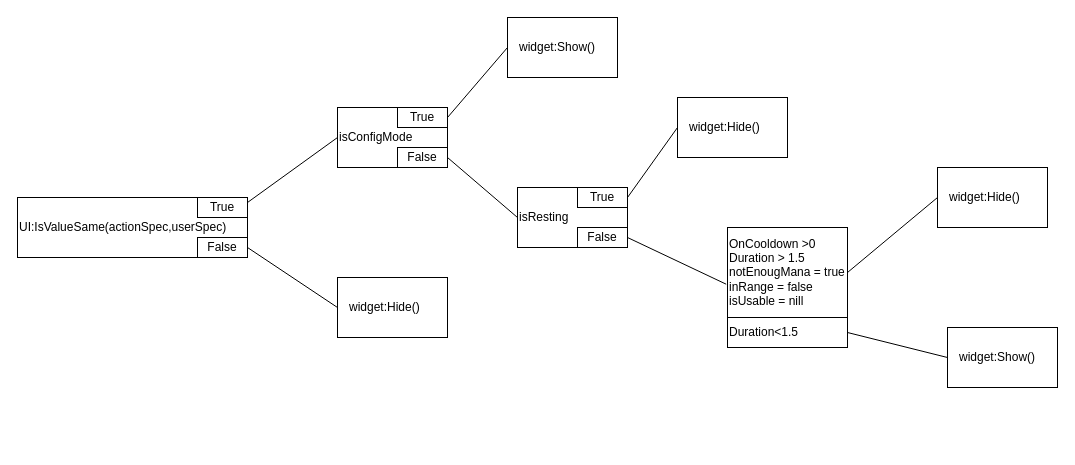
Above: Diagrams/BS_ActionsTracker_actionsDiagram.drawio in Beginnerstudios/Smartbars (draw.io), before the change. Source tidied: cells renumbered, new cells numbered last; positions are measured from the earlier drawing's top-left corner, leaving out a move shared by most shapes. Both pictures are drawn from the tidied source at 100%, with x=0, y=0 at pixel (17, 17).
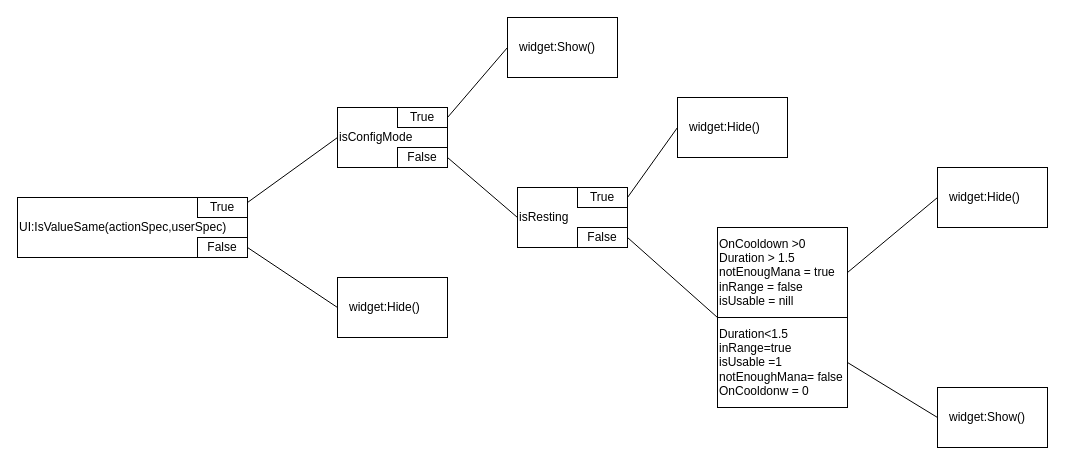
Above is the later version.

Unchanged cells that the change refers to:
```xml
<mxCell id="10" value="False" style="rounded=0;whiteSpace=wrap;html=1;" parent="1" vertex="1">
  <mxGeometry x="560" y="210" width="50" height="20" as="geometry" />
</mxCell>
```

Change to the diagram source:
```diff
@@
     <mxCell id="19" value="OnCooldown &amp;gt;0&amp;nbsp;&lt;br&gt;Duration &amp;gt; 1.5&lt;br&gt;notEnougMana = true&lt;br&gt;inRange = false&lt;br&gt;isUsable = nill" style="rounded=0;whiteSpace=wrap;html=1;align=left;" parent="1" vertex="1">
-      <mxGeometry x="710" y="210" width="120" height="90" as="geometry" />
+      <mxGeometry x="700" y="210" width="130" height="90" as="geometry" />
     </mxCell>
@@
-    <mxCell id="22" value="Duration&amp;lt;1.5" style="rounded=0;whiteSpace=wrap;html=1;align=left;" parent="1" vertex="1">
-      <mxGeometry x="710" y="300" width="120" height="30" as="geometry" />
+    <mxCell id="22" value="Duration&amp;lt;1.5&lt;br&gt;inRange=true&lt;br&gt;isUsable =1&lt;br&gt;notEnoughMana= false&lt;br&gt;OnCooldonw = 0" style="rounded=0;whiteSpace=wrap;html=1;align=left;" parent="1" vertex="1">
+      <mxGeometry x="700" y="300" width="130" height="90" as="geometry" />
     </mxCell>
     <mxCell id="23" value="&amp;nbsp; &amp;nbsp;widget:Show()" style="rounded=0;whiteSpace=wrap;html=1;align=left;" parent="1" vertex="1">
-      <mxGeometry x="930" y="310" width="110" height="60" as="geometry" />
+      <mxGeometry x="920" y="370" width="110" height="60" as="geometry" />
     </mxCell>
@@
-    <mxCell id="25" style="endArrow=none;html=1;exitX=1;exitY=0.5;exitDx=0;exitDy=0;entryX=-0.011;entryY=0.63;entryDx=0;entryDy=0;entryPerimeter=0;" parent="1" edge="1" source="10" target="19">
+    <mxCell id="25" style="endArrow=none;html=1;exitX=1;exitY=0.5;exitDx=0;exitDy=0;entryX=0;entryY=0;entryDx=0;entryDy=0;" parent="1" edge="1" source="10" target="22">
       <mxGeometry relative="1" as="geometry" />
     </mxCell>
```
